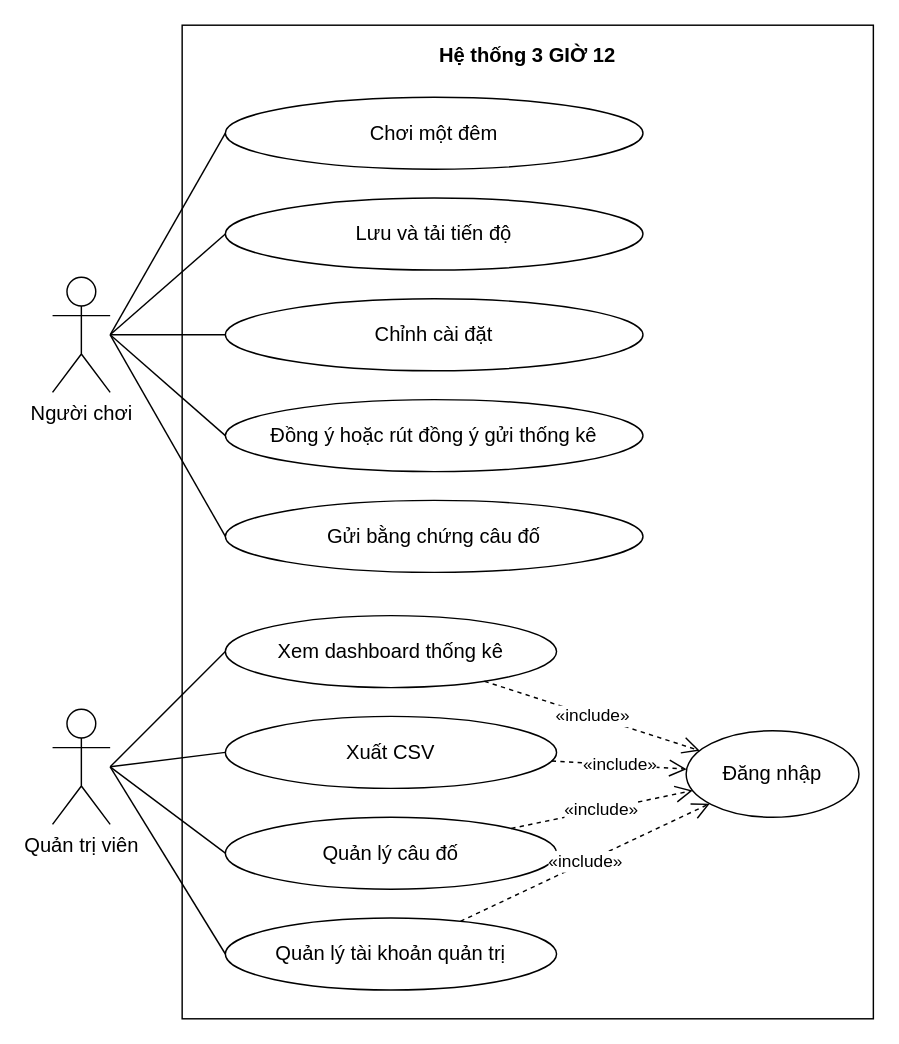
Above: page "Tổng quát" (1 of 3) of docs/thiet-ke/use-case/luoc-do-use-case.drawio in qivarnq3g/3-gio-12 (draw.io), before the change. Source tidied: cells renumbered, new cells numbered last; positions are measured from the earlier drawing's top-left corner, leaving out a move shared by most shapes. Both pictures are drawn from the tidied source at 144%, with x=0, y=0 at pixel (52, 24).
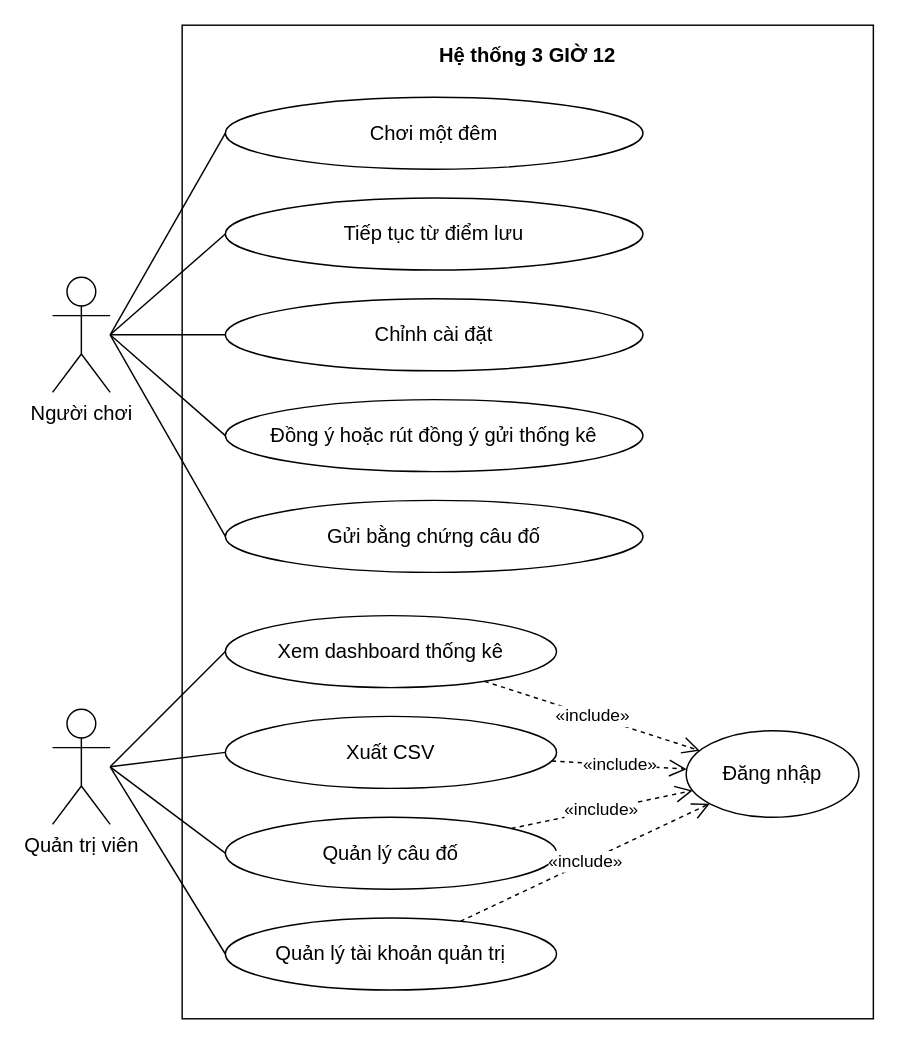
The same diagram, later.

Change to the diagram source:
```diff
@@
-    <mxCell id="7" value="Lưu và tải tiến độ" style="ellipse;whiteSpace=wrap;html=1;fontFamily=Arial;fontSize=14;" parent="1" vertex="1">
+    <mxCell id="7" value="Tiếp tục từ điểm lưu" style="ellipse;whiteSpace=wrap;html=1;fontFamily=Arial;fontSize=14;" parent="1" vertex="1">
       <mxGeometry x="120" y="120" width="290" height="50" as="geometry" />
     </mxCell>
```
